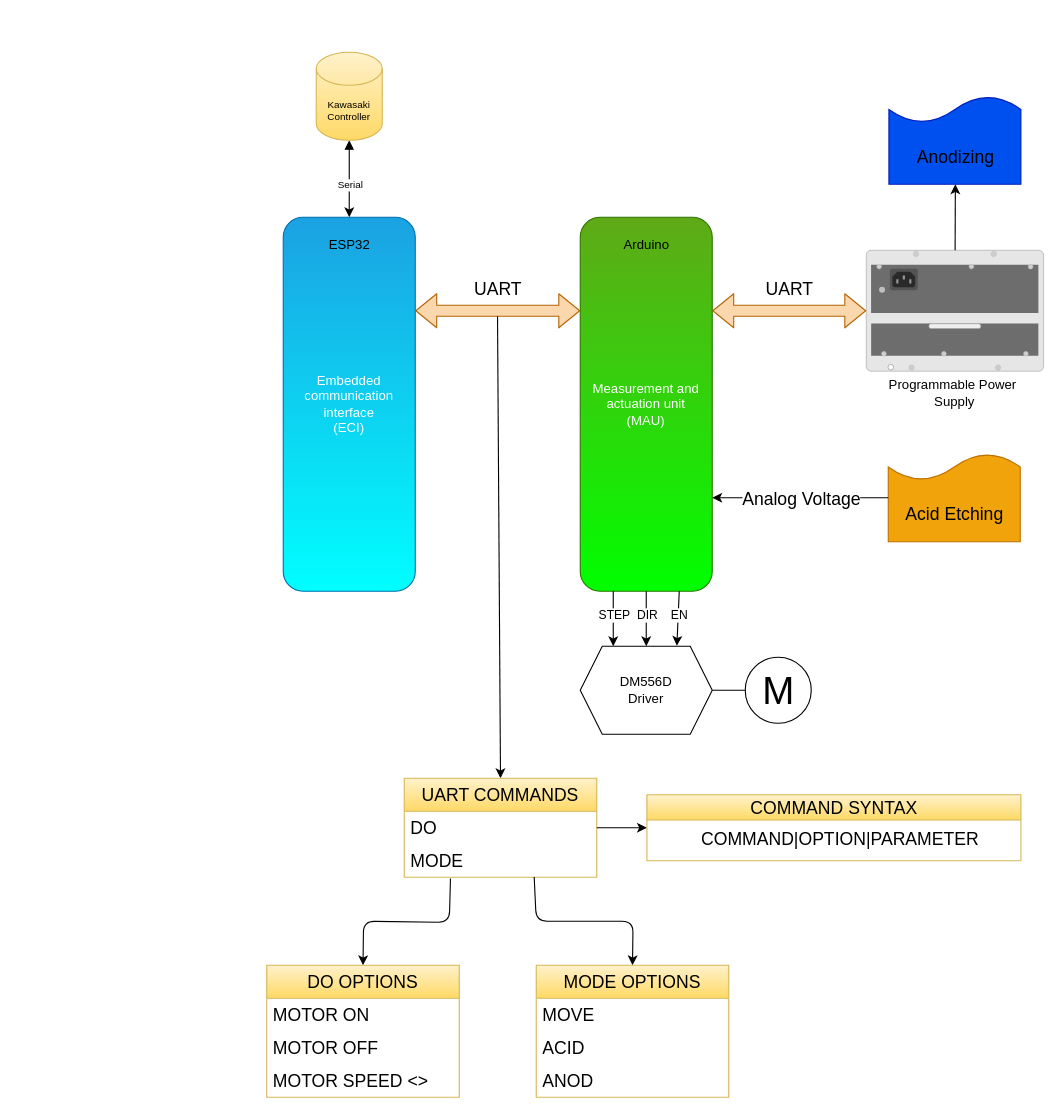
This is hardware.drawio from lasram-engineering/eci, a draw.io file, before an edit. Source tidied: cells renumbered, new cells numbered last; positions are measured from the earlier drawing's top-left corner, leaving out a move shared by most shapes. Both pictures are drawn from the tidied source at 110%, with x=0, y=0 at pixel (266, 52).
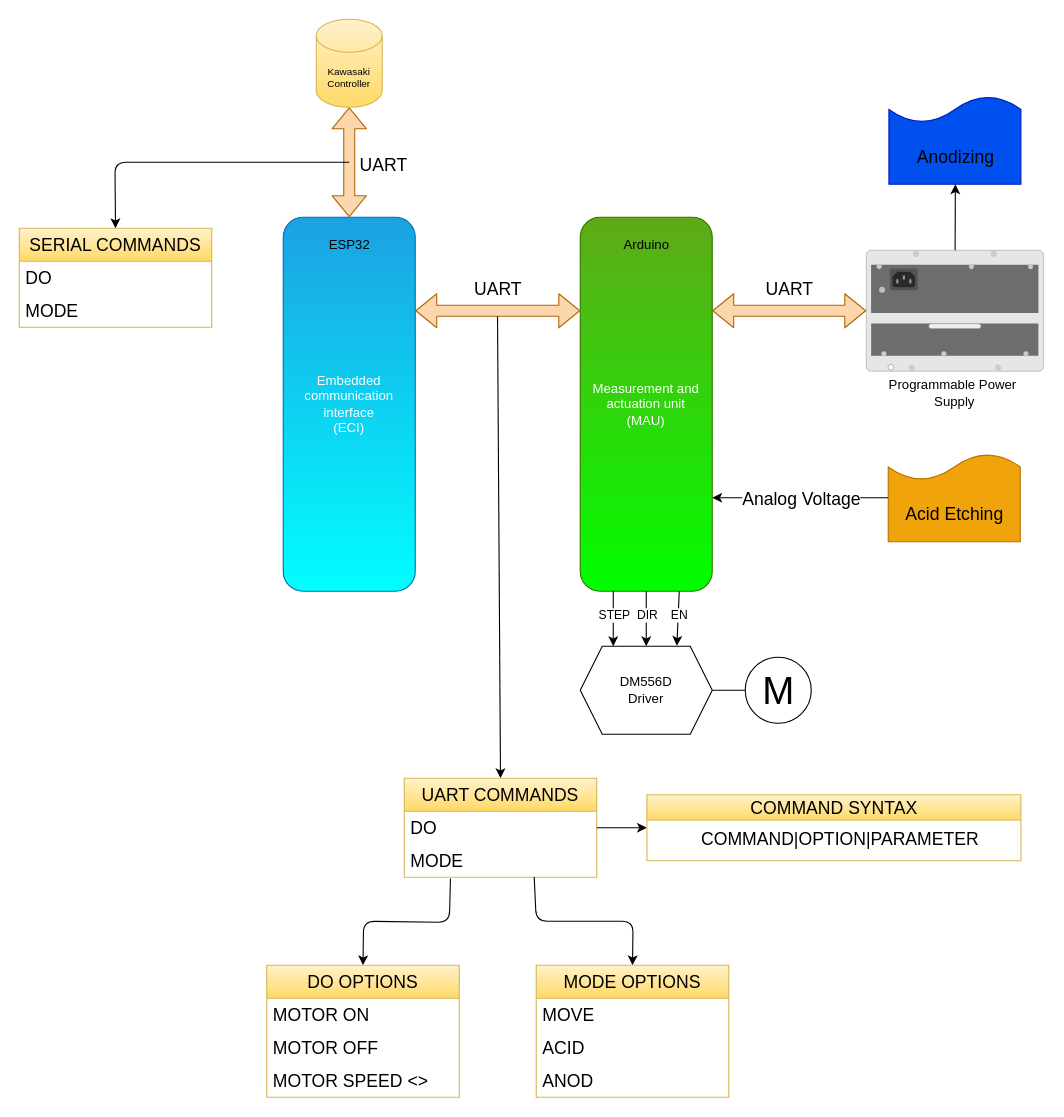
The same page after the edit.

Commit message (it also covers changes not shown here):
Fixed UART transmission bugs

Change to the diagram source:
```diff
@@
-    <mxCell id="18" style="edgeStyle=none;html=1;fontSize=9;startArrow=block;endArrow=classic;endFill=1;" parent="1" edge="1" source="20">
+    <mxCell id="18" style="edgeStyle=none;html=1;fontSize=9;startArrow=block;endArrow=classic;endFill=1;shape=flexArrow;fillColor=#fad7ac;strokeColor=#b46504;" parent="1" edge="1" source="20">
       <mxGeometry relative="1" as="geometry">
         <mxPoint x="75" y="150" as="targetPoint" />
       </mxGeometry>
     </mxCell>
-    <mxCell id="19" value="Serial" style="edgeLabel;html=1;align=center;verticalAlign=middle;fontSize=9;" parent="18" vertex="1">
+    <mxCell id="19" value="&lt;font style=&quot;font-size: 16px;&quot;&gt;UART&lt;/font&gt;" style="edgeLabel;html=1;align=center;verticalAlign=middle;fontSize=9;" parent="18" vertex="1">
       <mxGeometry x="0.41" y="1" relative="1" as="geometry">
-        <mxPoint x="-1" y="-9" as="offset" />
+        <mxPoint x="29" y="-20" as="offset" />
       </mxGeometry>
     </mxCell>
     <mxCell id="20" value="&lt;font color=&quot;#000000&quot;&gt;Kawasaki Controller&lt;/font&gt;" style="shape=cylinder3;whiteSpace=wrap;html=1;boundedLbl=1;backgroundOutline=1;size=15;labelBackgroundColor=none;fontSize=9;fillColor=#fff2cc;gradientColor=#ffd966;strokeColor=#d6b656;" parent="1" vertex="1">
-      <mxGeometry x="45" width="60" height="80" as="geometry" />
+      <mxGeometry x="45" y="-30" width="60" height="80" as="geometry" />
     </mxCell>
@@
+    <mxCell id="53" value="&lt;font color=&quot;#000000&quot;&gt;SERIAL COMMANDS&lt;/font&gt;" style="swimlane;fontStyle=0;horizontal=1;startSize=30;whiteSpace=wrap;html=1;fontSize=16;fillColor=#fff2cc;gradientColor=#ffd966;strokeColor=#d6b656;" parent="1" vertex="1">
+      <mxGeometry x="-225" y="160" width="175" height="90" as="geometry" />
+    </mxCell>
+    <mxCell id="54" value="DO" style="text;strokeColor=none;fillColor=none;align=left;verticalAlign=middle;spacingLeft=4;spacingRight=4;overflow=hidden;whiteSpace=wrap;html=1;fontSize=16;" parent="53" vertex="1">
+      <mxGeometry y="30" width="175" height="30" as="geometry" />
+    </mxCell>
+    <mxCell id="55" value="MODE" style="text;strokeColor=none;fillColor=none;align=left;verticalAlign=middle;spacingLeft=4;spacingRight=4;overflow=hidden;whiteSpace=wrap;html=1;fontSize=16;" parent="53" vertex="1">
+      <mxGeometry y="60" width="175" height="30" as="geometry" />
+    </mxCell>
+    <mxCell id="56" style="edgeStyle=none;jettySize=auto;html=1;fontSize=16;entryX=0.5;entryY=0;entryDx=0;entryDy=0;" parent="1" edge="1" target="53">
+      <mxGeometry relative="1" as="geometry">
+        <mxPoint x="75" y="100" as="sourcePoint" />
+        <Array as="points">
+          <mxPoint x="-138" y="100" />
+        </Array>
+      </mxGeometry>
+    </mxCell>
```
